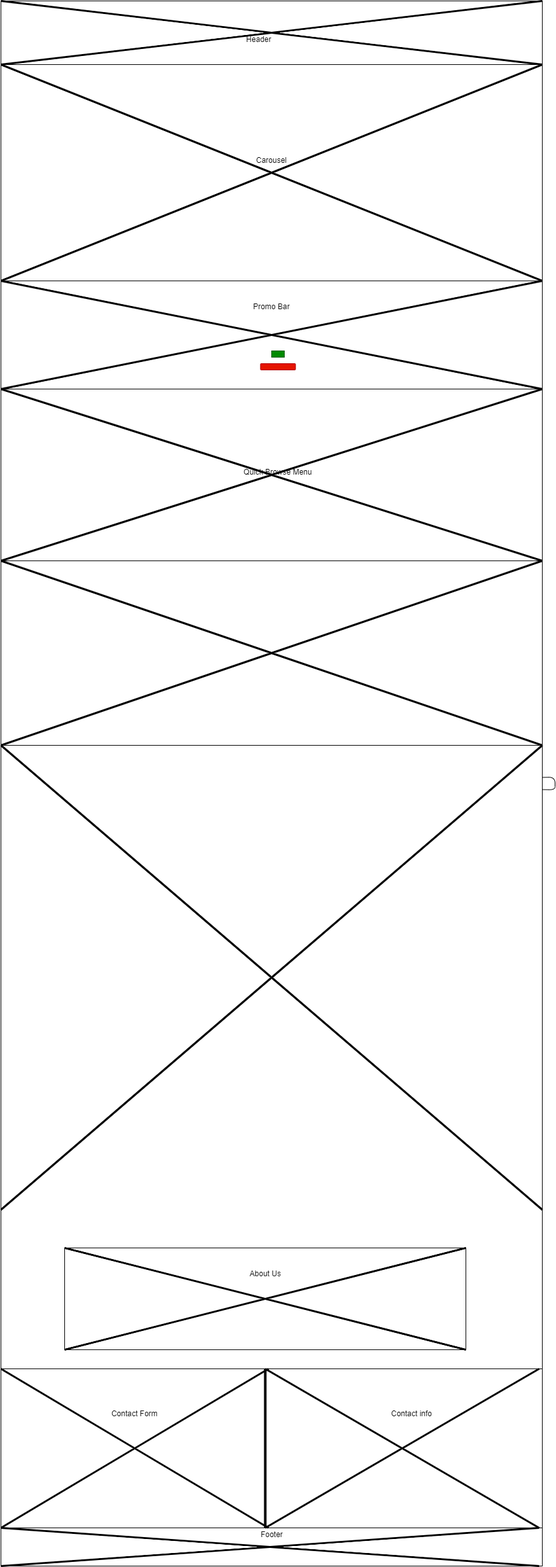
Earlier version of the draw.io export Wireframe Cunni's Pizza.png (cunns9/Project1). Source tidied: cells renumbered, new cells last; positions are measured from the earlier drawing's top-left corner, leaving out a move shared by most shapes. Source of this version:
```xml
<mxGraphModel>
  <root>
    <mxCell id="0" />
    <mxCell id="1" parent="0" />
    <mxCell id="2" style="rounded=0;whiteSpace=wrap;html=1;" parent="1" vertex="1">
      <mxGeometry y="1900" width="850" height="250" as="geometry" />
    </mxCell>
    <mxCell id="3" style="rounded=0;whiteSpace=wrap;html=1;" parent="1" vertex="1">
      <mxGeometry width="850" height="2460" as="geometry" />
    </mxCell>
    <mxCell id="4" style="rounded=0;whiteSpace=wrap;html=1;" parent="1" vertex="1">
      <mxGeometry y="1900" width="850" height="500" as="geometry" />
    </mxCell>
    <mxCell id="5" style="rounded=0;whiteSpace=wrap;html=1;" parent="1" vertex="1">
      <mxGeometry width="850" height="100" as="geometry" />
    </mxCell>
    <mxCell id="6" style="rounded=0;whiteSpace=wrap;html=1;" parent="1" vertex="1">
      <mxGeometry y="440" width="850" height="170" as="geometry" />
    </mxCell>
    <mxCell id="7" value="Promo Bar" style="text;html=1;strokeColor=none;fillColor=none;align=center;verticalAlign=middle;whiteSpace=wrap;rounded=0;" parent="1" vertex="1">
      <mxGeometry x="335" y="470" width="180" height="20" as="geometry" />
    </mxCell>
    <mxCell id="8" value="Carousel" style="text;html=1;strokeColor=none;fillColor=none;align=center;verticalAlign=middle;whiteSpace=wrap;rounded=0;" parent="1" vertex="1">
      <mxGeometry x="345" y="240" width="160" height="20" as="geometry" />
    </mxCell>
    <mxCell id="9" style="endArrow=none;html=1;" parent="1" edge="1" source="3" target="3">
      <mxGeometry relative="1" as="geometry" />
    </mxCell>
    <mxCell id="10" value="Header" style="text;html=1;strokeColor=none;fillColor=none;align=center;verticalAlign=middle;whiteSpace=wrap;rounded=0;" parent="1" vertex="1">
      <mxGeometry x="270" y="50" width="270" height="20" as="geometry" />
    </mxCell>
    <mxCell id="11" style="rounded=1;whiteSpace=wrap;html=1;fillColor=#e51400;strokeColor=#B20000;fontColor=#ffffff;" parent="1" vertex="1">
      <mxGeometry x="407.5" y="570" width="55" height="10" as="geometry" />
    </mxCell>
    <mxCell id="12" style="rounded=1;whiteSpace=wrap;html=1;arcSize=0;fillColor=#008a00;strokeColor=#005700;fontColor=#ffffff;" parent="1" vertex="1">
      <mxGeometry x="425" y="550" width="20" height="10" as="geometry" />
    </mxCell>
    <mxCell id="13" style="rounded=0;whiteSpace=wrap;html=1;" parent="1" vertex="1">
      <mxGeometry y="610" width="850" height="270" as="geometry" />
    </mxCell>
    <mxCell id="14" value="Quick Browse Menu" style="text;html=1;strokeColor=none;fillColor=none;align=center;verticalAlign=middle;whiteSpace=wrap;rounded=0;" parent="1" vertex="1">
      <mxGeometry x="310" y="730" width="250" height="20" as="geometry" />
    </mxCell>
    <mxCell id="15" style="line;strokeWidth=4;direction=south;html=1;perimeter=backbonePerimeter;" parent="1" vertex="1">
      <mxGeometry x="410" y="2150" width="10" height="250" as="geometry" />
    </mxCell>
    <mxCell id="16" value="Footer" style="text;html=1;strokeColor=none;fillColor=none;align=center;verticalAlign=middle;whiteSpace=wrap;rounded=0;" parent="1" vertex="1">
      <mxGeometry x="333" y="2400" width="185" height="20" as="geometry" />
    </mxCell>
    <mxCell id="17" value="Contact Form" style="text;html=1;strokeColor=none;fillColor=none;align=center;verticalAlign=middle;whiteSpace=wrap;rounded=0;" parent="1" vertex="1">
      <mxGeometry x="150" y="2210" width="120" height="20" as="geometry" />
    </mxCell>
    <mxCell id="18" value="Contact info" style="text;html=1;strokeColor=none;fillColor=none;align=center;verticalAlign=middle;whiteSpace=wrap;rounded=0;" parent="1" vertex="1">
      <mxGeometry x="590" y="2210" width="110" height="20" as="geometry" />
    </mxCell>
    <mxCell id="19" style="rounded=0;whiteSpace=wrap;html=1;" parent="1" vertex="1">
      <mxGeometry y="1170" width="850" height="980" as="geometry" />
    </mxCell>
    <mxCell id="20" style="shape=umlDestroy;whiteSpace=wrap;html=1;strokeWidth=3;" parent="1" vertex="1">
      <mxGeometry y="1170" width="850" height="730" as="geometry" />
    </mxCell>
    <mxCell id="21" style="shape=umlDestroy;whiteSpace=wrap;html=1;strokeWidth=3;" parent="1" vertex="1">
      <mxGeometry y="880" width="850" height="290" as="geometry" />
    </mxCell>
    <mxCell id="22" style="shape=umlDestroy;whiteSpace=wrap;html=1;strokeWidth=3;" parent="1" vertex="1">
      <mxGeometry y="610" width="850" height="270" as="geometry" />
    </mxCell>
    <mxCell id="23" style="shape=umlDestroy;whiteSpace=wrap;html=1;strokeWidth=3;" parent="1" vertex="1">
      <mxGeometry y="2150" width="420" height="250" as="geometry" />
    </mxCell>
    <mxCell id="24" style="shape=umlDestroy;whiteSpace=wrap;html=1;strokeWidth=3;" parent="1" vertex="1">
      <mxGeometry x="415" y="2150" width="430" height="250" as="geometry" />
    </mxCell>
    <mxCell id="25" style="shape=umlDestroy;whiteSpace=wrap;html=1;strokeWidth=3;" parent="1" vertex="1">
      <mxGeometry y="2400" width="845" height="60" as="geometry" />
    </mxCell>
    <mxCell id="26" style="shape=umlDestroy;whiteSpace=wrap;html=1;strokeWidth=3;" parent="1" vertex="1">
      <mxGeometry y="440" width="850" height="170" as="geometry" />
    </mxCell>
    <mxCell id="27" style="shape=umlDestroy;whiteSpace=wrap;html=1;strokeWidth=3;" parent="1" vertex="1">
      <mxGeometry y="100" width="850" height="340" as="geometry" />
    </mxCell>
    <mxCell id="28" style="shape=umlDestroy;whiteSpace=wrap;html=1;strokeWidth=3;" parent="1" vertex="1">
      <mxGeometry width="850" height="100" as="geometry" />
    </mxCell>
    <mxCell id="29" style="rounded=0;whiteSpace=wrap;html=1;" parent="1" vertex="1">
      <mxGeometry x="100" y="1960" width="630" height="160" as="geometry" />
    </mxCell>
    <mxCell id="30" style="shape=umlDestroy;whiteSpace=wrap;html=1;strokeWidth=3;" parent="1" vertex="1">
      <mxGeometry x="100" y="1960" width="630" height="160" as="geometry" />
    </mxCell>
    <mxCell id="31" value="About Us" style="text;html=1;strokeColor=none;fillColor=none;align=center;verticalAlign=middle;whiteSpace=wrap;rounded=0;" parent="1" vertex="1">
      <mxGeometry x="352.5" y="1990" width="125" height="20" as="geometry" />
    </mxCell>
  </root>
</mxGraphModel>
```
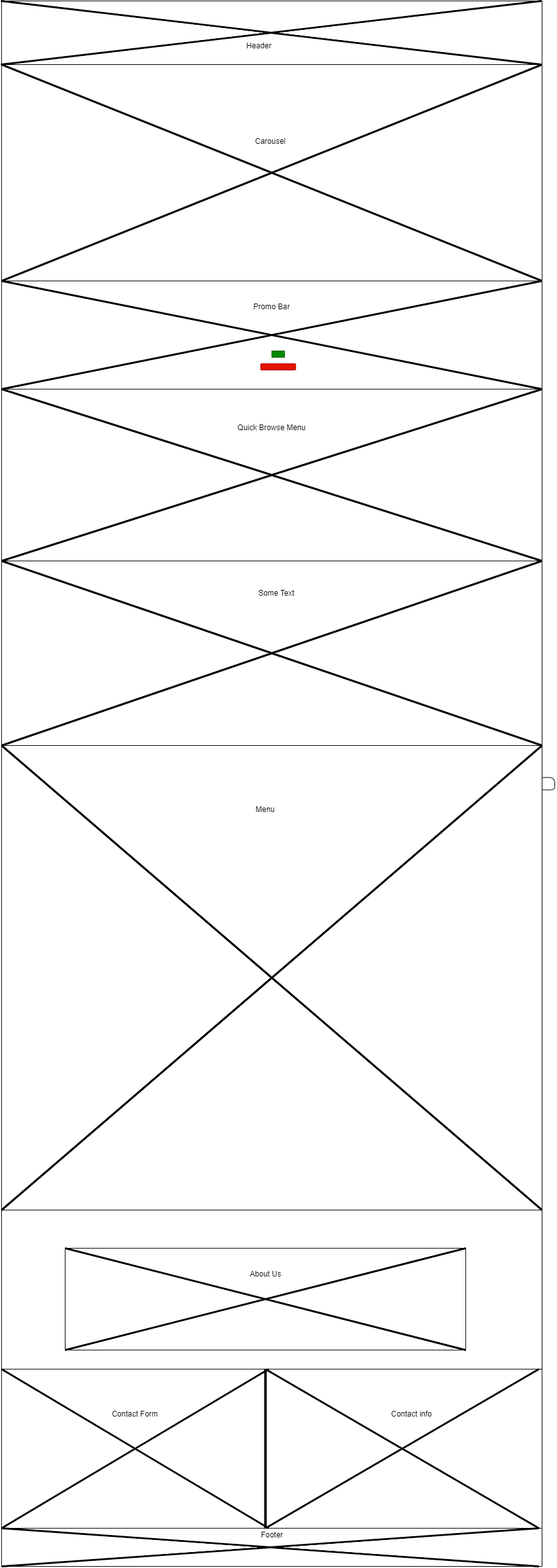
Above is the later version.

Change to the diagram source:
```diff
@@ -2,6 +2,9 @@
   <root>
     <mxCell id="0" />
     <mxCell id="1" parent="0" />
+    <mxCell id="32" style="rounded=0;whiteSpace=wrap;html=1;" parent="1" vertex="1">
+      <mxGeometry y="1170" width="850" height="730" as="geometry" />
+    </mxCell>
     <mxCell id="2" style="rounded=0;whiteSpace=wrap;html=1;" parent="1" vertex="1">
       <mxGeometry y="1900" width="850" height="250" as="geometry" />
     </mxCell>
@@ -21,13 +24,13 @@
       <mxGeometry x="335" y="470" width="180" height="20" as="geometry" />
     </mxCell>
     <mxCell id="8" value="Carousel" style="text;html=1;strokeColor=none;fillColor=none;align=center;verticalAlign=middle;whiteSpace=wrap;rounded=0;" parent="1" vertex="1">
-      <mxGeometry x="345" y="240" width="160" height="20" as="geometry" />
+      <mxGeometry x="342.5" y="210" width="160" height="20" as="geometry" />
     </mxCell>
     <mxCell id="9" style="endArrow=none;html=1;" parent="1" edge="1" source="3" target="3">
       <mxGeometry relative="1" as="geometry" />
     </mxCell>
     <mxCell id="10" value="Header" style="text;html=1;strokeColor=none;fillColor=none;align=center;verticalAlign=middle;whiteSpace=wrap;rounded=0;" parent="1" vertex="1">
-      <mxGeometry x="270" y="50" width="270" height="20" as="geometry" />
+      <mxGeometry x="270" y="60" width="270" height="20" as="geometry" />
     </mxCell>
     <mxCell id="11" style="rounded=1;whiteSpace=wrap;html=1;fillColor=#e51400;strokeColor=#B20000;fontColor=#ffffff;" parent="1" vertex="1">
       <mxGeometry x="407.5" y="570" width="55" height="10" as="geometry" />
@@ -39,7 +42,7 @@
       <mxGeometry y="610" width="850" height="270" as="geometry" />
     </mxCell>
     <mxCell id="14" value="Quick Browse Menu" style="text;html=1;strokeColor=none;fillColor=none;align=center;verticalAlign=middle;whiteSpace=wrap;rounded=0;" parent="1" vertex="1">
-      <mxGeometry x="310" y="730" width="250" height="20" as="geometry" />
+      <mxGeometry x="300" y="660" width="250" height="20" as="geometry" />
     </mxCell>
     <mxCell id="15" style="line;strokeWidth=4;direction=south;html=1;perimeter=backbonePerimeter;" parent="1" vertex="1">
       <mxGeometry x="410" y="2150" width="10" height="250" as="geometry" />
@@ -54,14 +57,11 @@
       <mxGeometry x="590" y="2210" width="110" height="20" as="geometry" />
     </mxCell>
     <mxCell id="19" style="rounded=0;whiteSpace=wrap;html=1;" parent="1" vertex="1">
-      <mxGeometry y="1170" width="850" height="980" as="geometry" />
+      <mxGeometry y="1900" width="850" height="250" as="geometry" />
     </mxCell>
     <mxCell id="20" style="shape=umlDestroy;whiteSpace=wrap;html=1;strokeWidth=3;" parent="1" vertex="1">
       <mxGeometry y="1170" width="850" height="730" as="geometry" />
     </mxCell>
-    <mxCell id="21" style="shape=umlDestroy;whiteSpace=wrap;html=1;strokeWidth=3;" parent="1" vertex="1">
-      <mxGeometry y="880" width="850" height="290" as="geometry" />
-    </mxCell>
     <mxCell id="22" style="shape=umlDestroy;whiteSpace=wrap;html=1;strokeWidth=3;" parent="1" vertex="1">
       <mxGeometry y="610" width="850" height="270" as="geometry" />
     </mxCell>
@@ -81,7 +81,7 @@
       <mxGeometry y="100" width="850" height="340" as="geometry" />
     </mxCell>
     <mxCell id="28" style="shape=umlDestroy;whiteSpace=wrap;html=1;strokeWidth=3;" parent="1" vertex="1">
-      <mxGeometry width="850" height="100" as="geometry" />
+      <mxGeometry x="-1" width="850" height="100" as="geometry" />
     </mxCell>
     <mxCell id="29" style="rounded=0;whiteSpace=wrap;html=1;" parent="1" vertex="1">
       <mxGeometry x="100" y="1960" width="630" height="160" as="geometry" />
@@ -92,5 +92,17 @@
     <mxCell id="31" value="About Us" style="text;html=1;strokeColor=none;fillColor=none;align=center;verticalAlign=middle;whiteSpace=wrap;rounded=0;" parent="1" vertex="1">
       <mxGeometry x="352.5" y="1990" width="125" height="20" as="geometry" />
     </mxCell>
+    <mxCell id="33" style="rounded=0;whiteSpace=wrap;html=1;" parent="1" vertex="1">
+      <mxGeometry y="880" width="850" height="290" as="geometry" />
+    </mxCell>
+    <mxCell id="21" style="shape=umlDestroy;whiteSpace=wrap;html=1;strokeWidth=3;" parent="1" vertex="1">
+      <mxGeometry y="880" width="850" height="290" as="geometry" />
+    </mxCell>
+    <mxCell id="34" value="Menu" style="text;html=1;strokeColor=none;fillColor=none;align=center;verticalAlign=middle;whiteSpace=wrap;rounded=0;" parent="1" vertex="1">
+      <mxGeometry x="285" y="1260" width="260" height="20" as="geometry" />
+    </mxCell>
+    <mxCell id="35" value="Some Text" style="text;html=1;strokeColor=none;fillColor=none;align=center;verticalAlign=middle;whiteSpace=wrap;rounded=0;" parent="1" vertex="1">
+      <mxGeometry x="345" y="920" width="174.5" height="20" as="geometry" />
+    </mxCell>
   </root>
 </mxGraphModel>
```
